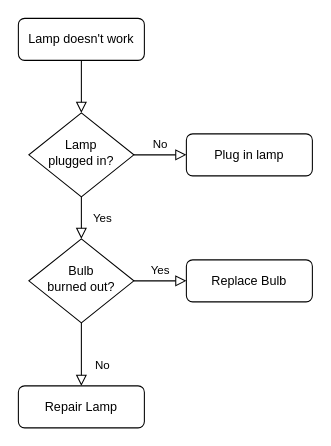
This is philo_flow.drawio from dotacow/Diagrams, a draw.io file, before an edit. Source tidied: cells renumbered, new cells numbered last; positions are measured from the earlier drawing's top-left corner, leaving out a move shared by most shapes. Both pictures are drawn from the tidied source at 105%, with x=0, y=0 at pixel (18, 18).
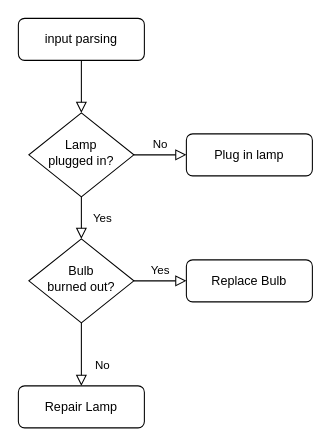
The same page after the edit.

Diff of the diagram source:
```diff
@@
 <mxGraphModel>
   <root>
     <mxCell id="0" />
     <mxCell id="1" parent="0" />
     <mxCell id="2" style="rounded=0;html=1;jettySize=auto;fontSize=11;endArrow=block;endFill=0;endSize=8;strokeWidth=1;shadow=0;labelBackgroundColor=none;edgeStyle=orthogonalEdgeStyle;" parent="1" edge="1" source="3" target="6">
       <mxGeometry relative="1" as="geometry" />
     </mxCell>
-    <mxCell id="3" value="Lamp doesn't work" style="rounded=1;whiteSpace=wrap;html=1;fontSize=12;glass=0;strokeWidth=1;shadow=0;" parent="1" vertex="1">
+    <mxCell id="3" value="input parsing" style="rounded=1;whiteSpace=wrap;html=1;fontSize=12;glass=0;strokeWidth=1;shadow=0;" parent="1" vertex="1">
       <mxGeometry width="120" height="40" as="geometry" />
     </mxCell>
     <mxCell id="4" value="Yes" style="rounded=0;html=1;jettySize=auto;fontSize=11;endArrow=block;endFill=0;endSize=8;strokeWidth=1;shadow=0;labelBackgroundColor=none;edgeStyle=orthogonalEdgeStyle;" parent="1" edge="1" source="6" target="10">
       <mxGeometry y="20" relative="1" as="geometry" />
     </mxCell>
     <mxCell id="5" value="No" style="edgeStyle=orthogonalEdgeStyle;rounded=0;html=1;jettySize=auto;fontSize=11;endArrow=block;endFill=0;endSize=8;strokeWidth=1;shadow=0;labelBackgroundColor=none;" parent="1" edge="1" source="6" target="7">
       <mxGeometry y="10" relative="1" as="geometry" />
     </mxCell>
     <mxCell id="6" value="Lamp&lt;br&gt;plugged in?" style="rhombus;whiteSpace=wrap;html=1;shadow=0;fontFamily=Helvetica;fontSize=12;align=center;strokeWidth=1;spacing=6;spacingTop=-4;" parent="1" vertex="1">
       <mxGeometry x="10" y="90" width="100" height="80" as="geometry" />
     </mxCell>
     <mxCell id="7" value="Plug in lamp" style="rounded=1;whiteSpace=wrap;html=1;fontSize=12;glass=0;strokeWidth=1;shadow=0;" parent="1" vertex="1">
       <mxGeometry x="160" y="110" width="120" height="40" as="geometry" />
     </mxCell>
     <mxCell id="8" value="No" style="rounded=0;html=1;jettySize=auto;fontSize=11;endArrow=block;endFill=0;endSize=8;strokeWidth=1;shadow=0;labelBackgroundColor=none;edgeStyle=orthogonalEdgeStyle;" parent="1" edge="1" source="10" target="11">
       <mxGeometry x="0.33" y="20" relative="1" as="geometry" />
     </mxCell>
     <mxCell id="9" value="Yes" style="edgeStyle=orthogonalEdgeStyle;rounded=0;html=1;jettySize=auto;fontSize=11;endArrow=block;endFill=0;endSize=8;strokeWidth=1;shadow=0;labelBackgroundColor=none;" parent="1" edge="1" source="10" target="12">
       <mxGeometry y="10" relative="1" as="geometry" />
     </mxCell>
     <mxCell id="10" value="Bulb&lt;br&gt;burned out?" style="rhombus;whiteSpace=wrap;html=1;shadow=0;fontFamily=Helvetica;fontSize=12;align=center;strokeWidth=1;spacing=6;spacingTop=-4;" parent="1" vertex="1">
       <mxGeometry x="10" y="210" width="100" height="80" as="geometry" />
     </mxCell>
     <mxCell id="11" value="Repair Lamp" style="rounded=1;whiteSpace=wrap;html=1;fontSize=12;glass=0;strokeWidth=1;shadow=0;" parent="1" vertex="1">
       <mxGeometry y="350" width="120" height="40" as="geometry" />
     </mxCell>
     <mxCell id="12" value="Replace Bulb" style="rounded=1;whiteSpace=wrap;html=1;fontSize=12;glass=0;strokeWidth=1;shadow=0;" parent="1" vertex="1">
       <mxGeometry x="160" y="230" width="120" height="40" as="geometry" />
     </mxCell>
   </root>
 </mxGraphModel>
```
